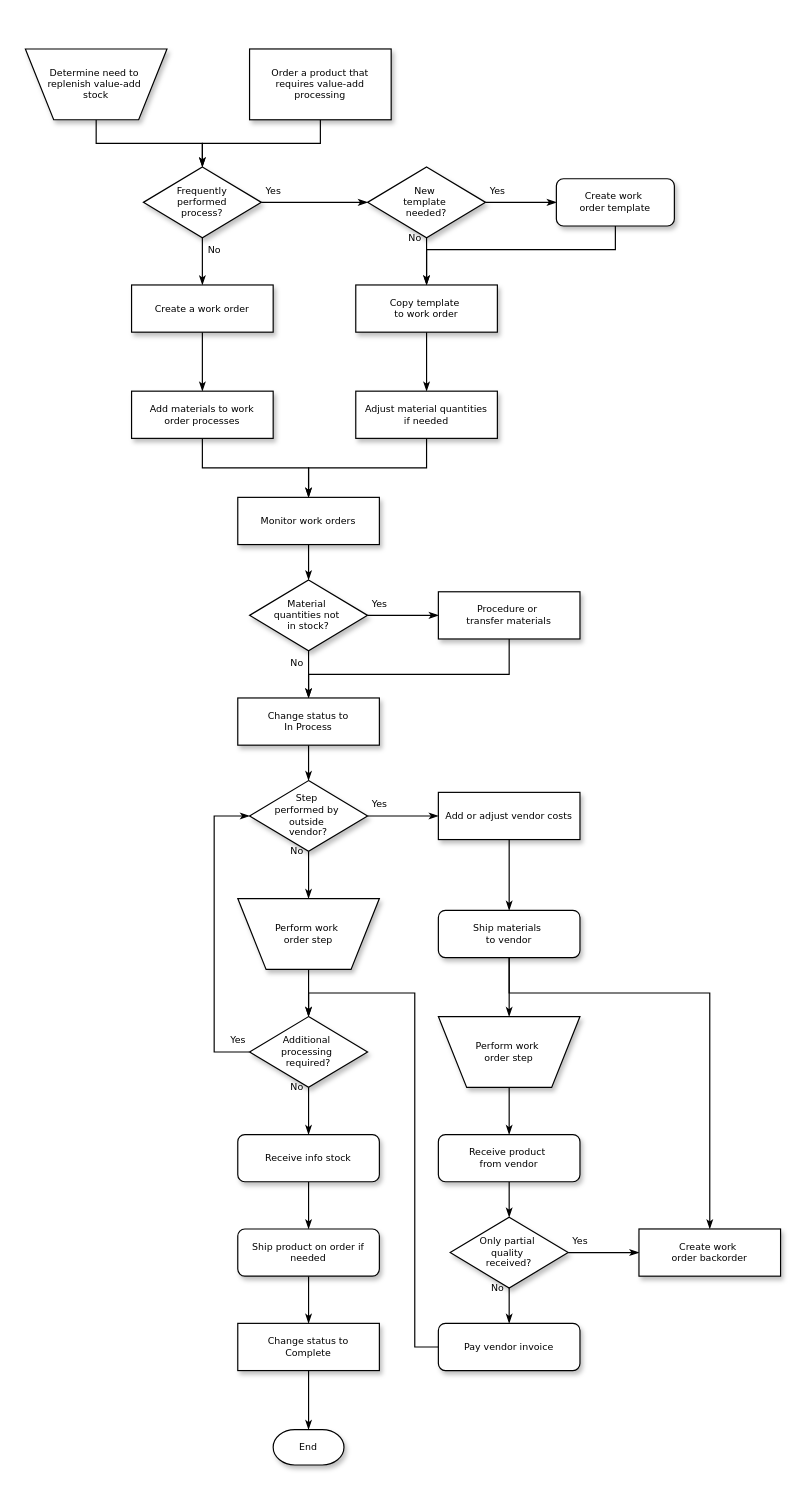
Earlier version of the draw.io diagram Diagrama sem nome.drawio (eugenianarciso/diagrams_dd). Source tidied: cells renumbered, new cells numbered last; positions are measured from the earlier drawing's top-left corner, leaving out a move shared by most shapes. Both pictures are drawn from the tidied source at 118%, with x=0, y=0 at pixel (25, 48).
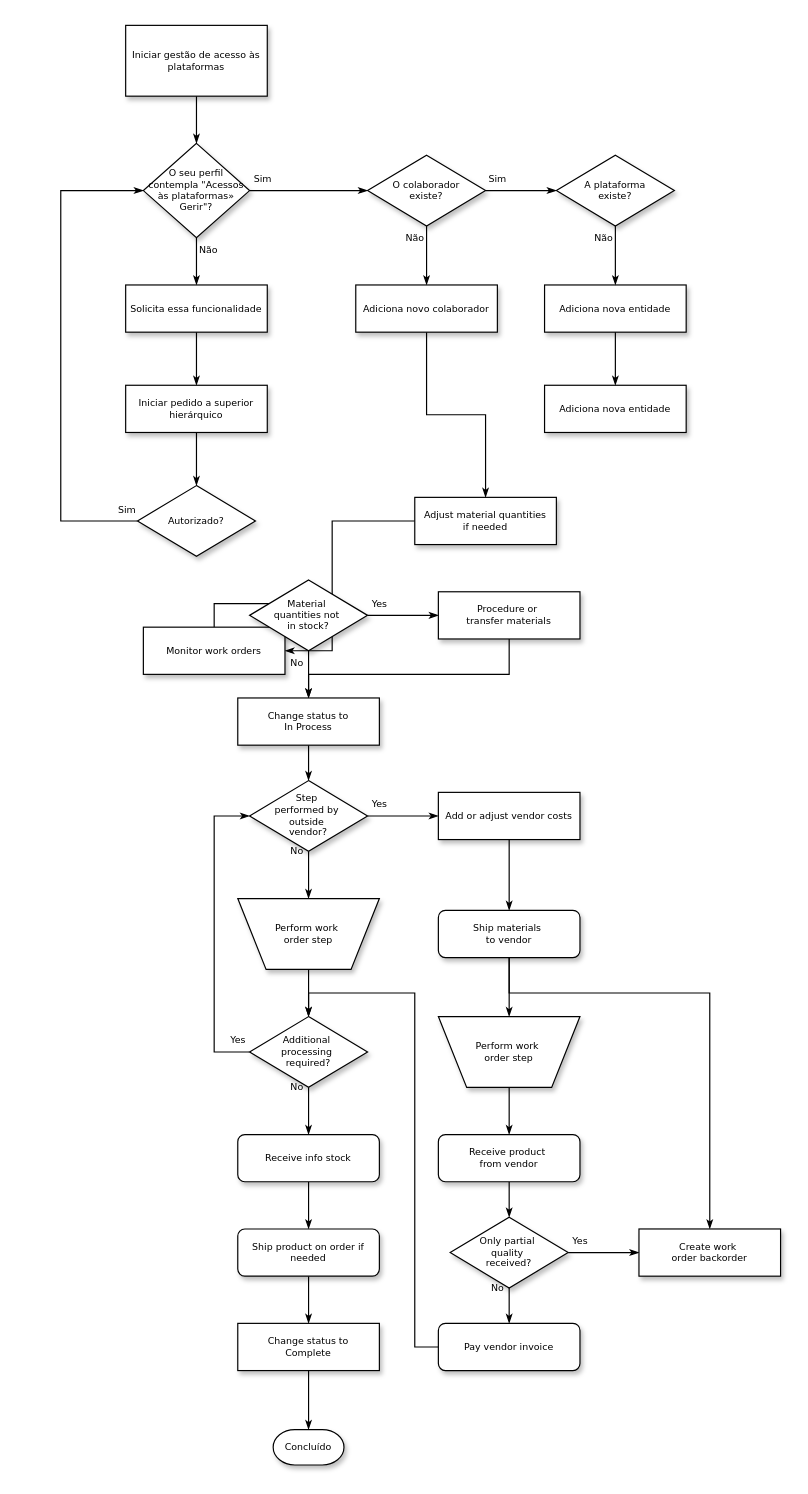
After the change.

Diff of the diagram source:
```diff
@@
-    <mxCell id="2" style="edgeStyle=orthogonalEdgeStyle;rounded=0;html=1;labelBackgroundColor=none;startSize=5;endArrow=classicThin;endFill=1;endSize=5;jettySize=auto;strokeWidth=1;fontFamily=Verdana;fontSize=8;" parent="1" edge="1" source="3" target="8">
-      <mxGeometry relative="1" as="geometry" />
-    </mxCell>
-    <mxCell id="3" value="Determine need to&amp;nbsp;&lt;div&gt;replenish value-add&amp;nbsp;&lt;/div&gt;&lt;div&gt;stock&lt;/div&gt;" style="shape=trapezoid;whiteSpace=wrap;html=1;rounded=0;shadow=1;labelBackgroundColor=none;strokeWidth=1;fontFamily=Verdana;fontSize=8;align=center;flipV=1;" parent="1" vertex="1">
-      <mxGeometry width="120" height="60" as="geometry" />
-    </mxCell>
@@
-    <mxCell id="5" value="Order a product that&lt;div&gt;requires value-add processing&lt;/div&gt;" style="rounded=0;whiteSpace=wrap;html=1;shadow=1;labelBackgroundColor=none;strokeWidth=1;fontFamily=Verdana;fontSize=8;align=center;" parent="1" vertex="1">
-      <mxGeometry x="190" width="120" height="60" as="geometry" />
+    <mxCell id="5" value="Iniciar gestão de acesso às plataformas" style="rounded=0;whiteSpace=wrap;html=1;shadow=1;labelBackgroundColor=none;strokeWidth=1;fontFamily=Verdana;fontSize=8;align=center;" parent="1" vertex="1">
+      <mxGeometry x="85" y="-20" width="120" height="60" as="geometry" />
     </mxCell>
-    <mxCell id="6" value="Yes" style="edgeStyle=orthogonalEdgeStyle;rounded=0;html=1;labelBackgroundColor=none;startSize=5;endArrow=classicThin;endFill=1;endSize=5;jettySize=auto;strokeWidth=1;fontFamily=Verdana;fontSize=8;" parent="1" edge="1" source="8" target="11">
+    <mxCell id="6" value="Sim" style="edgeStyle=orthogonalEdgeStyle;rounded=0;html=1;labelBackgroundColor=none;startSize=5;endArrow=classicThin;endFill=1;endSize=5;jettySize=auto;strokeWidth=1;fontFamily=Verdana;fontSize=8;" parent="1" edge="1" source="8" target="11">
       <mxGeometry x="-0.78" y="10" relative="1" as="geometry" />
     </mxCell>
-    <mxCell id="7" value="No" style="edgeStyle=orthogonalEdgeStyle;rounded=0;html=1;labelBackgroundColor=none;startSize=5;endArrow=classicThin;endFill=1;endSize=5;jettySize=auto;strokeWidth=1;fontFamily=Verdana;fontSize=8;" parent="1" edge="1" source="8" target="15">
+    <mxCell id="7" value="Não" style="edgeStyle=orthogonalEdgeStyle;rounded=0;html=1;labelBackgroundColor=none;startSize=5;endArrow=classicThin;endFill=1;endSize=5;jettySize=auto;strokeWidth=1;fontFamily=Verdana;fontSize=8;" parent="1" edge="1" source="8" target="15">
       <mxGeometry x="-0.5" y="10" relative="1" as="geometry" />
     </mxCell>
-    <mxCell id="8" value="Frequently&lt;div&gt;performed&lt;/div&gt;&lt;div&gt;process?&lt;/div&gt;" style="rhombus;whiteSpace=wrap;html=1;rounded=0;shadow=1;labelBackgroundColor=none;strokeWidth=1;fontFamily=Verdana;fontSize=8;align=center;" parent="1" vertex="1">
-      <mxGeometry x="100" y="100" width="100" height="60" as="geometry" />
+    <mxCell id="8" value="O seu perfil contempla &quot;Acessos às plataformas» Gerir&quot;?" style="rhombus;whiteSpace=wrap;html=1;rounded=0;shadow=1;labelBackgroundColor=none;strokeWidth=1;fontFamily=Verdana;fontSize=8;align=center;" parent="1" vertex="1">
+      <mxGeometry x="100" y="80" width="90" height="80" as="geometry" />
     </mxCell>
-    <mxCell id="9" value="Yes" style="edgeStyle=orthogonalEdgeStyle;rounded=0;html=1;labelBackgroundColor=none;startSize=5;endArrow=classicThin;endFill=1;endSize=5;jettySize=auto;strokeWidth=1;fontFamily=Verdana;fontSize=8;" parent="1" edge="1" source="11" target="13">
-      <mxGeometry x="-0.67" y="10" relative="1" as="geometry" />
+    <mxCell id="9" value="Sim" style="edgeStyle=orthogonalEdgeStyle;rounded=0;html=1;labelBackgroundColor=none;startSize=5;endArrow=classicThin;endFill=1;endSize=5;jettySize=auto;strokeWidth=1;fontFamily=Verdana;fontSize=8;" parent="1" edge="1" source="11">
+      <mxGeometry x="-0.67" y="10" relative="1" as="geometry">
+        <mxPoint x="450" y="120" as="targetPoint" />
+      </mxGeometry>
     </mxCell>
-    <mxCell id="10" value="No" style="edgeStyle=orthogonalEdgeStyle;rounded=0;html=1;labelBackgroundColor=none;startSize=5;endArrow=classicThin;endFill=1;endSize=5;jettySize=auto;strokeWidth=1;fontFamily=Verdana;fontSize=8;" parent="1" edge="1" source="11" target="17">
-      <mxGeometry x="-1" y="-10" relative="1" as="geometry" />
+    <mxCell id="10" value="Não" style="edgeStyle=orthogonalEdgeStyle;rounded=0;html=1;labelBackgroundColor=none;startSize=5;endArrow=classicThin;endFill=1;endSize=5;jettySize=auto;strokeWidth=1;fontFamily=Verdana;fontSize=8;" parent="1" edge="1" source="11" target="17">
+      <mxGeometry x="-0.6" y="-10" relative="1" as="geometry" />
     </mxCell>
-    <mxCell id="11" value="New&amp;nbsp;&lt;div&gt;template&amp;nbsp;&lt;/div&gt;&lt;div&gt;needed?&lt;/div&gt;" style="rhombus;whiteSpace=wrap;html=1;rounded=0;shadow=1;labelBackgroundColor=none;strokeWidth=1;fontFamily=Verdana;fontSize=8;align=center;" parent="1" vertex="1">
-      <mxGeometry x="290" y="100" width="100" height="60" as="geometry" />
+    <mxCell id="11" value="O colaborador &lt;br&gt;existe?" style="rhombus;whiteSpace=wrap;html=1;rounded=0;shadow=1;labelBackgroundColor=none;strokeWidth=1;fontFamily=Verdana;fontSize=8;align=center;" parent="1" vertex="1">
+      <mxGeometry x="290" y="90" width="100" height="60" as="geometry" />
     </mxCell>
-    <mxCell id="12" style="edgeStyle=orthogonalEdgeStyle;rounded=0;html=1;labelBackgroundColor=none;startSize=5;endArrow=classicThin;endFill=1;endSize=5;jettySize=auto;strokeWidth=1;fontFamily=Verdana;fontSize=8;" parent="1" edge="1" source="13" target="17">
-      <mxGeometry relative="1" as="geometry">
-        <Array as="points">
-          <mxPoint x="500" y="170" />
-          <mxPoint x="340" y="170" />
-        </Array>
-      </mxGeometry>
-    </mxCell>
-    <mxCell id="13" value="Create work&amp;nbsp;&lt;div&gt;order template&lt;/div&gt;" style="rounded=1;whiteSpace=wrap;html=1;shadow=1;labelBackgroundColor=none;strokeWidth=1;fontFamily=Verdana;fontSize=8;align=center;" parent="1" vertex="1">
-      <mxGeometry x="450" y="110" width="100" height="40" as="geometry" />
-    </mxCell>
@@
-    <mxCell id="15" value="Create a work order" style="whiteSpace=wrap;html=1;rounded=0;shadow=1;labelBackgroundColor=none;strokeWidth=1;fontFamily=Verdana;fontSize=8;align=center;" parent="1" vertex="1">
-      <mxGeometry x="90" y="200" width="120" height="40" as="geometry" />
+    <mxCell id="15" value="Solicita essa funcionalidade" style="whiteSpace=wrap;html=1;rounded=0;shadow=1;labelBackgroundColor=none;strokeWidth=1;fontFamily=Verdana;fontSize=8;align=center;" parent="1" vertex="1">
+      <mxGeometry x="85" y="200" width="120" height="40" as="geometry" />
     </mxCell>
@@
-    <mxCell id="17" value="Copy template&amp;nbsp;&lt;div&gt;to work order&lt;/div&gt;" style="whiteSpace=wrap;html=1;rounded=0;shadow=1;labelBackgroundColor=none;strokeWidth=1;fontFamily=Verdana;fontSize=8;align=center;" parent="1" vertex="1">
+    <mxCell id="17" value="Adiciona novo colaborador" style="whiteSpace=wrap;html=1;rounded=0;shadow=1;labelBackgroundColor=none;strokeWidth=1;fontFamily=Verdana;fontSize=8;align=center;" parent="1" vertex="1">
       <mxGeometry x="280" y="200" width="120" height="40" as="geometry" />
     </mxCell>
-    <mxCell id="18" style="edgeStyle=orthogonalEdgeStyle;rounded=0;html=1;labelBackgroundColor=none;startSize=5;endArrow=classicThin;endFill=1;endSize=5;jettySize=auto;strokeWidth=1;fontFamily=Verdana;fontSize=8;" parent="1" edge="1" source="19" target="23">
-      <mxGeometry relative="1" as="geometry" />
+    <mxCell id="18" style="edgeStyle=orthogonalEdgeStyle;rounded=0;html=1;labelBackgroundColor=none;startSize=5;endArrow=classicThin;endFill=1;endSize=5;jettySize=auto;strokeWidth=1;fontFamily=Verdana;fontSize=8;entryX=0;entryY=0.5;entryDx=0;entryDy=0;exitX=0;exitY=0.5;exitDx=0;exitDy=0;" parent="1" edge="1" source="67" target="8">
+      <mxGeometry relative="1" as="geometry">
+        <Array as="points">
+          <mxPoint x="30" y="400" />
+          <mxPoint x="30" y="120" />
+        </Array>
+      </mxGeometry>
     </mxCell>
+    <mxCell id="61" value="Sim" style="edgeLabel;html=1;align=center;verticalAlign=middle;fontSize=8;fontFamily=Verdana;fontColor=default;" parent="18" vertex="1">
+      <mxGeometry x="-0.93" y="-2" relative="1" as="geometry">
+        <mxPoint x="5" y="-8" as="offset" />
+      </mxGeometry>
+    </mxCell>
-    <mxCell id="19" value="Add materials to work order processes" style="whiteSpace=wrap;html=1;rounded=0;shadow=1;labelBackgroundColor=none;strokeWidth=1;fontFamily=Verdana;fontSize=8;align=center;spacing=6;" parent="1" vertex="1">
-      <mxGeometry x="90" y="290" width="120" height="40" as="geometry" />
+    <mxCell id="19" value="Iniciar pedido a superior hierárquico" style="whiteSpace=wrap;html=1;rounded=0;shadow=1;labelBackgroundColor=none;strokeWidth=1;fontFamily=Verdana;fontSize=8;align=center;spacing=6;" parent="1" vertex="1">
+      <mxGeometry x="85" y="285" width="120" height="40" as="geometry" />
     </mxCell>
     <mxCell id="20" style="edgeStyle=orthogonalEdgeStyle;rounded=0;html=1;labelBackgroundColor=none;startSize=5;endArrow=classicThin;endFill=1;endSize=5;jettySize=auto;strokeWidth=1;fontFamily=Verdana;fontSize=8;" parent="1" edge="1" source="21" target="23">
-      <mxGeometry relative="1" as="geometry" />
+      <mxGeometry relative="1" as="geometry">
+        <Array as="points">
+          <mxPoint x="260" y="400" />
+          <mxPoint x="260" y="510" />
+        </Array>
+      </mxGeometry>
     </mxCell>
     <mxCell id="21" value="Adjust material quantities if needed" style="whiteSpace=wrap;html=1;rounded=0;shadow=1;labelBackgroundColor=none;strokeWidth=1;fontFamily=Verdana;fontSize=8;align=center;spacing=6;" parent="1" vertex="1">
-      <mxGeometry x="280" y="290" width="120" height="40" as="geometry" />
+      <mxGeometry x="330" y="380" width="120" height="40" as="geometry" />
     </mxCell>
@@
     <mxCell id="23" value="Monitor work orders" style="whiteSpace=wrap;html=1;rounded=0;shadow=1;labelBackgroundColor=none;strokeWidth=1;fontFamily=Verdana;fontSize=8;align=center;" parent="1" vertex="1">
-      <mxGeometry x="180" y="380" width="120" height="40" as="geometry" />
+      <mxGeometry x="100" y="490" width="120" height="40" as="geometry" />
     </mxCell>
@@
-    <mxCell id="60" value="End" style="strokeWidth=1;html=1;shape=mxgraph.flowchart.terminator;whiteSpace=wrap;rounded=0;shadow=1;labelBackgroundColor=none;fontFamily=Verdana;fontSize=8;align=center;" parent="1" vertex="1">
+    <mxCell id="60" value="Concluído" style="strokeWidth=1;html=1;shape=mxgraph.flowchart.terminator;whiteSpace=wrap;rounded=0;shadow=1;labelBackgroundColor=none;fontFamily=Verdana;fontSize=8;align=center;" parent="1" vertex="1">
       <mxGeometry x="210" y="1170" width="60" height="30" as="geometry" />
     </mxCell>
+    <mxCell id="62" value="Adiciona nova entidade" style="whiteSpace=wrap;html=1;rounded=0;shadow=1;labelBackgroundColor=none;strokeWidth=1;fontFamily=Verdana;fontSize=8;align=center;" parent="1" vertex="1">
+      <mxGeometry x="440" y="200" width="120" height="40" as="geometry" />
+    </mxCell>
+    <mxCell id="63" value="A plataforma &lt;br&gt;existe?" style="rhombus;whiteSpace=wrap;html=1;rounded=0;shadow=1;labelBackgroundColor=none;strokeWidth=1;fontFamily=Verdana;fontSize=8;align=center;" parent="1" vertex="1">
+      <mxGeometry x="450" y="90" width="100" height="60" as="geometry" />
+    </mxCell>
+    <mxCell id="64" value="Adiciona nova entidade" style="whiteSpace=wrap;html=1;rounded=0;shadow=1;labelBackgroundColor=none;strokeWidth=1;fontFamily=Verdana;fontSize=8;align=center;" parent="1" vertex="1">
+      <mxGeometry x="440" y="285" width="120" height="40" as="geometry" />
+    </mxCell>
+    <mxCell id="65" value="Não" style="edgeStyle=orthogonalEdgeStyle;rounded=0;html=1;labelBackgroundColor=none;startSize=5;endArrow=classicThin;endFill=1;endSize=5;jettySize=auto;strokeWidth=1;fontFamily=Verdana;fontSize=8;exitX=0.5;exitY=1;exitDx=0;exitDy=0;entryX=0.5;entryY=0;entryDx=0;entryDy=0;" parent="1" edge="1" source="63" target="62">
+      <mxGeometry x="-0.6" y="-10" relative="1" as="geometry">
+        <Array as="points">
+          <mxPoint x="500" y="170" />
+          <mxPoint x="500" y="170" />
+        </Array>
+      </mxGeometry>
+    </mxCell>
+    <mxCell id="66" style="edgeStyle=orthogonalEdgeStyle;rounded=0;html=1;labelBackgroundColor=none;startSize=5;endArrow=classicThin;endFill=1;endSize=5;jettySize=auto;strokeWidth=1;fontFamily=Verdana;fontSize=8;" parent="1" edge="1" source="62" target="64">
+      <mxGeometry relative="1" as="geometry" />
+    </mxCell>
+    <mxCell id="67" value="Autorizado?" style="rhombus;whiteSpace=wrap;html=1;rounded=0;shadow=1;labelBackgroundColor=none;strokeWidth=1;fontFamily=Verdana;fontSize=8;align=center;" parent="1" vertex="1">
+      <mxGeometry x="95" y="370" width="100" height="60" as="geometry" />
+    </mxCell>
+    <mxCell id="68" style="edgeStyle=orthogonalEdgeStyle;rounded=0;html=1;labelBackgroundColor=none;startSize=5;endArrow=classicThin;endFill=1;endSize=5;jettySize=auto;strokeWidth=1;fontFamily=Verdana;fontSize=8;entryX=0.5;entryY=0;entryDx=0;entryDy=0;exitX=0.5;exitY=1;exitDx=0;exitDy=0;" parent="1" edge="1" source="19" target="67">
+      <mxGeometry relative="1" as="geometry" />
+    </mxCell>
```
